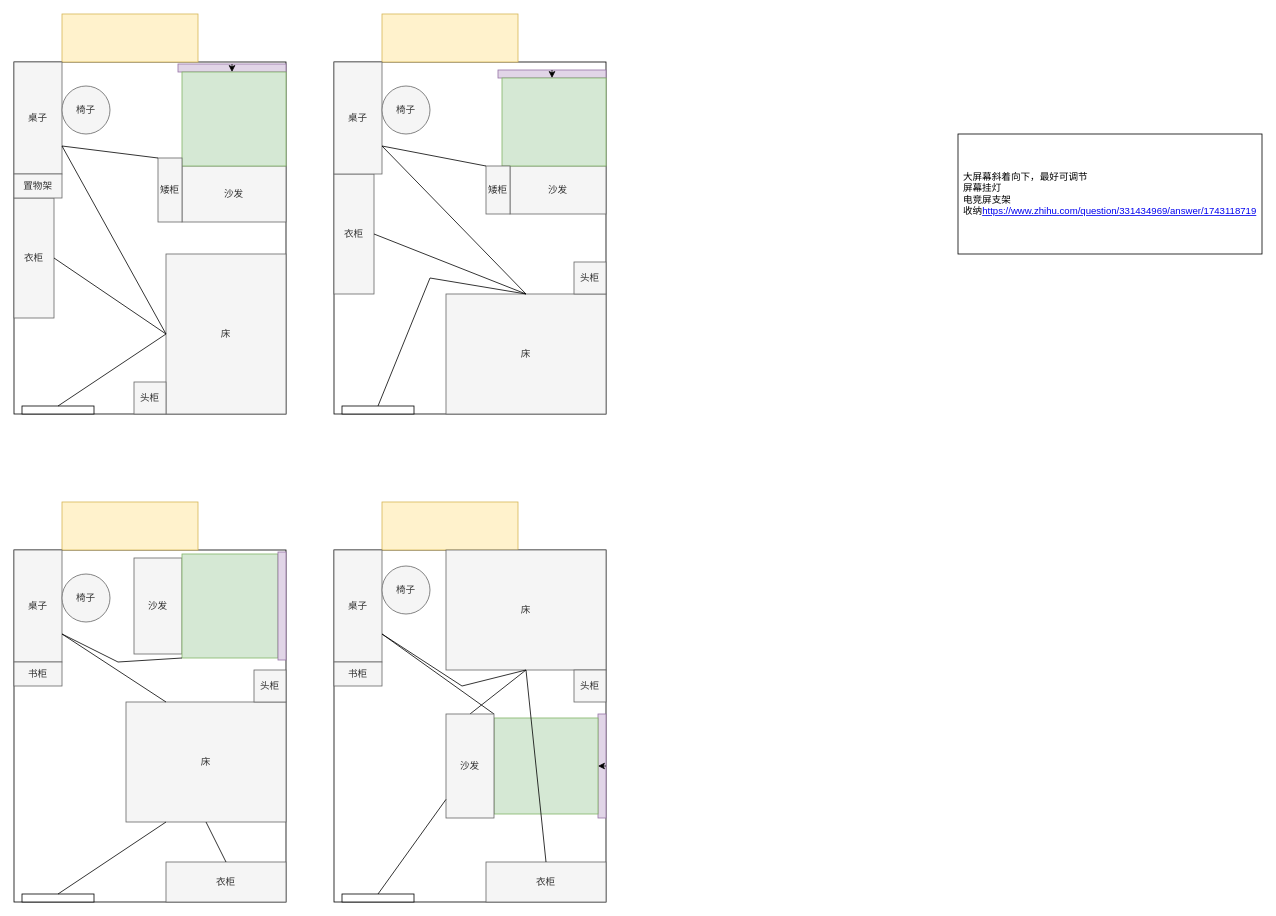
This is Untitled Diagram.drawio from Rightglow/easy_timer, a draw.io file, before an edit. Source tidied: cells renumbered, new cells numbered last; positions are measured from the earlier drawing's top-left corner, leaving out a move shared by most shapes. Both pictures are drawn from the tidied source at 80%, with x=0, y=0 at pixel (14, 14).
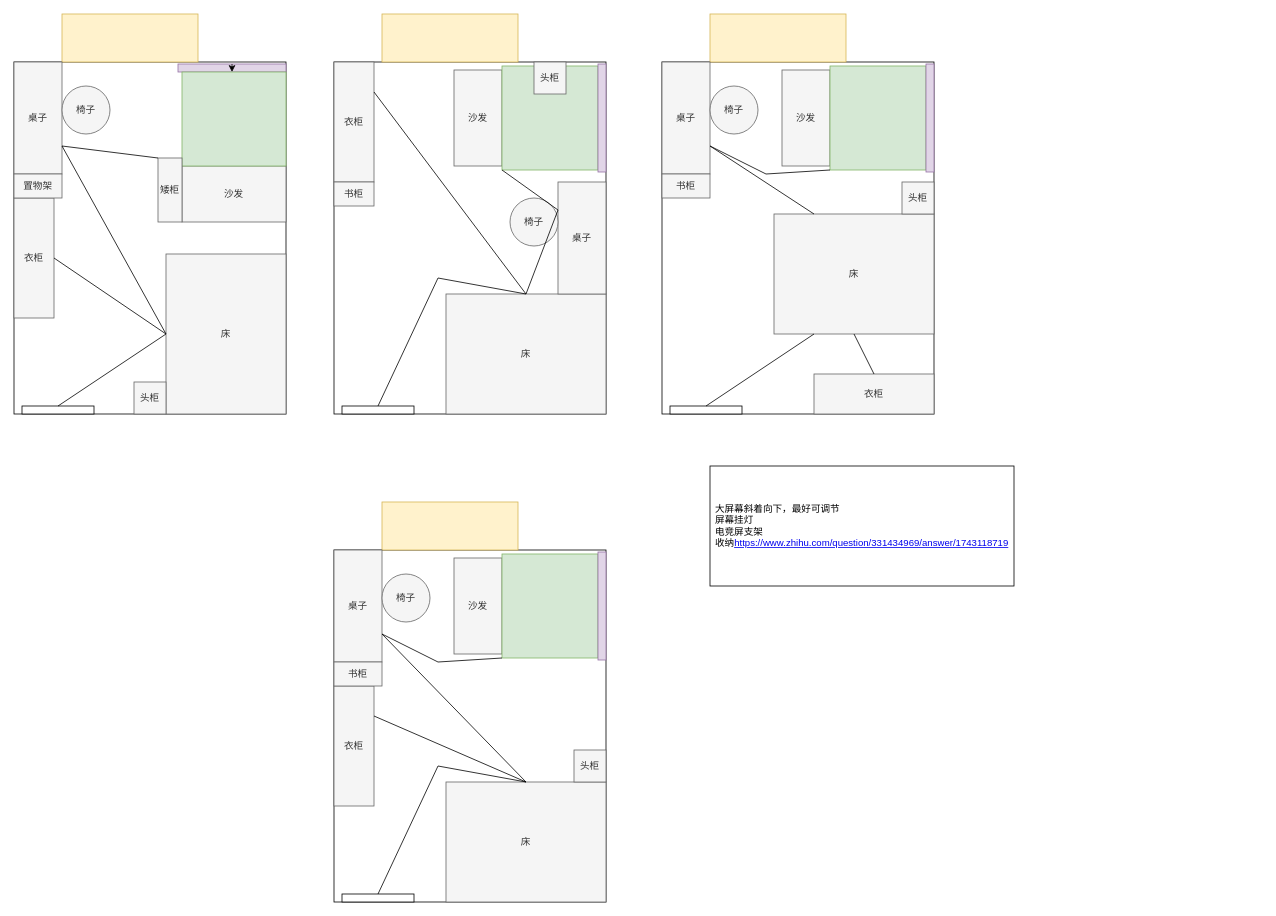
The same page after the edit.

Change to the diagram source:
```diff
@@
-    <mxCell id="19" style="rounded=0;whiteSpace=wrap;html=1;" parent="1" vertex="1">
-      <mxGeometry x="400" y="60" width="340" height="440" as="geometry" />
-    </mxCell>
-    <mxCell id="20" style="rounded=0;whiteSpace=wrap;html=1;fillColor=#fff2cc;strokeColor=#d6b656;" parent="1" vertex="1">
-      <mxGeometry x="460" width="170" height="60" as="geometry" />
-    </mxCell>
-    <mxCell id="21" value="衣柜" style="rounded=0;whiteSpace=wrap;html=1;fillColor=#f5f5f5;fontColor=#333333;strokeColor=#666666;direction=west;" parent="1" vertex="1">
-      <mxGeometry x="400" y="200" width="50" height="150" as="geometry" />
-    </mxCell>
-    <mxCell id="22" value="床" style="rounded=0;whiteSpace=wrap;html=1;fillColor=#f5f5f5;fontColor=#333333;strokeColor=#666666;direction=east;" parent="1" vertex="1">
-      <mxGeometry x="540" y="350" width="200" height="150" as="geometry" />
-    </mxCell>
-    <mxCell id="23" style="rounded=0;whiteSpace=wrap;html=1;" parent="1" vertex="1">
-      <mxGeometry x="410" y="490" width="90" height="10" as="geometry" />
-    </mxCell>
-    <mxCell id="24" value="桌子" style="rounded=0;whiteSpace=wrap;html=1;fillColor=#f5f5f5;fontColor=#333333;strokeColor=#666666;direction=south;" parent="1" vertex="1">
-      <mxGeometry x="400" y="60" width="60" height="140" as="geometry" />
-    </mxCell>
-    <mxCell id="25" value="头柜" style="rounded=0;whiteSpace=wrap;html=1;fillColor=#f5f5f5;fontColor=#333333;strokeColor=#666666;" parent="1" vertex="1">
-      <mxGeometry x="700" y="310" width="40" height="40" as="geometry" />
-    </mxCell>
-    <mxCell id="26" style="rounded=0;whiteSpace=wrap;html=1;fillColor=#e1d5e7;strokeColor=#9673a6;direction=north;" parent="1" vertex="1">
-      <mxGeometry x="605" y="70" width="135" height="10" as="geometry" />
-    </mxCell>
-    <mxCell id="27" value="沙发" style="rounded=0;whiteSpace=wrap;html=1;fillColor=#f5f5f5;fontColor=#333333;strokeColor=#666666;direction=south;" parent="1" vertex="1">
-      <mxGeometry x="620" y="190" width="120" height="60" as="geometry" />
-    </mxCell>
-    <mxCell id="28" style="rounded=0;whiteSpace=wrap;html=1;fillColor=#d5e8d4;strokeColor=#82b366;" parent="1" vertex="1">
-      <mxGeometry x="610" y="80" width="130" height="110" as="geometry" />
-    </mxCell>
-    <mxCell id="29" style="edgeStyle=orthogonalEdgeStyle;rounded=0;orthogonalLoop=1;jettySize=auto;html=1;exitX=1;exitY=0.5;exitDx=0;exitDy=0;entryX=0;entryY=0.5;entryDx=0;entryDy=0;" parent="1" edge="1" source="26" target="26">
-      <mxGeometry relative="1" as="geometry" />
-    </mxCell>
-    <mxCell id="30" style="endArrow=none;html=1;rounded=0;entryX=0.5;entryY=0;entryDx=0;entryDy=0;exitX=0.5;exitY=0;exitDx=0;exitDy=0;" parent="1" edge="1" source="23" target="22">
-      <mxGeometry relative="1" as="geometry">
-        <Array as="points">
-          <mxPoint x="520" y="330" />
-        </Array>
-      </mxGeometry>
-    </mxCell>
-    <mxCell id="31" style="endArrow=none;html=1;rounded=0;exitX=0;exitY=0.5;exitDx=0;exitDy=0;entryX=0.5;entryY=0;entryDx=0;entryDy=0;" parent="1" edge="1" source="21" target="22">
-      <mxGeometry relative="1" as="geometry" />
-    </mxCell>
-    <mxCell id="32" style="endArrow=none;html=1;rounded=0;exitX=0.75;exitY=0;exitDx=0;exitDy=0;entryX=0.5;entryY=0;entryDx=0;entryDy=0;" parent="1" edge="1" source="24" target="22">
-      <mxGeometry relative="1" as="geometry" />
-    </mxCell>
-    <mxCell id="33" value="椅子" style="ellipse;whiteSpace=wrap;html=1;fillColor=#f5f5f5;fontColor=#333333;strokeColor=#666666;" parent="1" vertex="1">
-      <mxGeometry x="460" y="90" width="60" height="60" as="geometry" />
-    </mxCell>
-    <mxCell id="34" value="矮柜" style="rounded=0;whiteSpace=wrap;html=1;fillColor=#f5f5f5;fontColor=#333333;strokeColor=#666666;direction=south;" parent="1" vertex="1">
-      <mxGeometry x="590" y="190" width="30" height="60" as="geometry" />
-    </mxCell>
-    <mxCell id="35" style="endArrow=none;html=1;rounded=0;exitX=0.75;exitY=0;exitDx=0;exitDy=0;entryX=0;entryY=1;entryDx=0;entryDy=0;" parent="1" edge="1" source="24" target="34">
-      <mxGeometry relative="1" as="geometry" />
-    </mxCell>
-    <mxCell id="36" style="rounded=0;whiteSpace=wrap;html=1;" parent="1" vertex="1">
-      <mxGeometry x="400" y="670" width="340" height="440" as="geometry" />
-    </mxCell>
-    <mxCell id="37" style="rounded=0;whiteSpace=wrap;html=1;fillColor=#fff2cc;strokeColor=#d6b656;" parent="1" vertex="1">
-      <mxGeometry x="460" y="610" width="170" height="60" as="geometry" />
-    </mxCell>
-    <mxCell id="38" value="衣柜" style="rounded=0;whiteSpace=wrap;html=1;fillColor=#f5f5f5;fontColor=#333333;strokeColor=#666666;direction=south;" parent="1" vertex="1">
-      <mxGeometry x="590" y="1060" width="150" height="50" as="geometry" />
-    </mxCell>
-    <mxCell id="39" value="床" style="rounded=0;whiteSpace=wrap;html=1;fillColor=#f5f5f5;fontColor=#333333;strokeColor=#666666;direction=east;" parent="1" vertex="1">
-      <mxGeometry x="540" y="670" width="200" height="150" as="geometry" />
-    </mxCell>
-    <mxCell id="40" style="rounded=0;whiteSpace=wrap;html=1;" parent="1" vertex="1">
-      <mxGeometry x="410" y="1100" width="90" height="10" as="geometry" />
-    </mxCell>
-    <mxCell id="41" value="桌子" style="rounded=0;whiteSpace=wrap;html=1;fillColor=#f5f5f5;fontColor=#333333;strokeColor=#666666;direction=south;" parent="1" vertex="1">
-      <mxGeometry x="400" y="670" width="60" height="140" as="geometry" />
-    </mxCell>
-    <mxCell id="42" value="头柜" style="rounded=0;whiteSpace=wrap;html=1;fillColor=#f5f5f5;fontColor=#333333;strokeColor=#666666;" parent="1" vertex="1">
-      <mxGeometry x="700" y="820" width="40" height="40" as="geometry" />
-    </mxCell>
-    <mxCell id="43" style="rounded=0;whiteSpace=wrap;html=1;fillColor=#e1d5e7;strokeColor=#9673a6;direction=east;" parent="1" vertex="1">
-      <mxGeometry x="730" y="875" width="10" height="130" as="geometry" />
-    </mxCell>
-    <mxCell id="44" style="rounded=0;whiteSpace=wrap;html=1;fillColor=#d5e8d4;strokeColor=#82b366;" parent="1" vertex="1">
-      <mxGeometry x="600" y="880" width="130" height="120" as="geometry" />
-    </mxCell>
-    <mxCell id="45" style="edgeStyle=orthogonalEdgeStyle;rounded=0;orthogonalLoop=1;jettySize=auto;html=1;exitX=1;exitY=0.5;exitDx=0;exitDy=0;entryX=0;entryY=0.5;entryDx=0;entryDy=0;" parent="1" edge="1" source="43" target="43">
-      <mxGeometry relative="1" as="geometry" />
-    </mxCell>
-    <mxCell id="46" style="endArrow=none;html=1;rounded=0;exitX=0.5;exitY=0;exitDx=0;exitDy=0;startArrow=none;" parent="1" edge="1" source="71">
-      <mxGeometry relative="1" as="geometry">
-        <mxPoint x="640" y="820" as="targetPoint" />
-      </mxGeometry>
-    </mxCell>
-    <mxCell id="47" style="endArrow=none;html=1;rounded=0;exitX=0;exitY=0.5;exitDx=0;exitDy=0;entryX=0.5;entryY=1;entryDx=0;entryDy=0;" parent="1" edge="1" source="38" target="39">
-      <mxGeometry relative="1" as="geometry" />
-    </mxCell>
-    <mxCell id="48" style="endArrow=none;html=1;rounded=0;exitX=0.75;exitY=0;exitDx=0;exitDy=0;" parent="1" edge="1" source="41">
-      <mxGeometry relative="1" as="geometry">
-        <mxPoint x="640" y="820" as="targetPoint" />
-        <Array as="points">
-          <mxPoint x="560" y="840" />
-        </Array>
-      </mxGeometry>
-    </mxCell>
-    <mxCell id="49" value="椅子" style="ellipse;whiteSpace=wrap;html=1;fillColor=#f5f5f5;fontColor=#333333;strokeColor=#666666;" parent="1" vertex="1">
-      <mxGeometry x="460" y="690" width="60" height="60" as="geometry" />
-    </mxCell>
-    <mxCell id="50" value="书柜" style="rounded=0;whiteSpace=wrap;html=1;fillColor=#f5f5f5;fontColor=#333333;strokeColor=#666666;direction=west;" parent="1" vertex="1">
-      <mxGeometry x="400" y="810" width="60" height="30" as="geometry" />
-    </mxCell>
-    <mxCell id="51" style="endArrow=none;html=1;rounded=0;exitX=0.75;exitY=0;exitDx=0;exitDy=0;entryX=1;entryY=0;entryDx=0;entryDy=0;" parent="1" edge="1" source="41" target="71">
-      <mxGeometry relative="1" as="geometry" />
-    </mxCell>
     <mxCell id="52" style="rounded=0;whiteSpace=wrap;html=1;" parent="1" vertex="1">
-      <mxGeometry y="670" width="340" height="440" as="geometry" />
+      <mxGeometry x="810" y="60" width="340" height="440" as="geometry" />
     </mxCell>
     <mxCell id="53" style="rounded=0;whiteSpace=wrap;html=1;fillColor=#fff2cc;strokeColor=#d6b656;" parent="1" vertex="1">
-      <mxGeometry x="60" y="610" width="170" height="60" as="geometry" />
+      <mxGeometry x="870" width="170" height="60" as="geometry" />
     </mxCell>
     <mxCell id="54" value="衣柜" style="rounded=0;whiteSpace=wrap;html=1;fillColor=#f5f5f5;fontColor=#333333;strokeColor=#666666;direction=north;" parent="1" vertex="1">
-      <mxGeometry x="190" y="1060" width="150" height="50" as="geometry" />
+      <mxGeometry x="1000" y="450" width="150" height="50" as="geometry" />
     </mxCell>
     <mxCell id="55" value="床" style="rounded=0;whiteSpace=wrap;html=1;fillColor=#f5f5f5;fontColor=#333333;strokeColor=#666666;direction=east;" parent="1" vertex="1">
-      <mxGeometry x="140" y="860" width="200" height="150" as="geometry" />
+      <mxGeometry x="950" y="250" width="200" height="150" as="geometry" />
     </mxCell>
     <mxCell id="56" style="rounded=0;whiteSpace=wrap;html=1;" parent="1" vertex="1">
-      <mxGeometry x="10" y="1100" width="90" height="10" as="geometry" />
+      <mxGeometry x="820" y="490" width="90" height="10" as="geometry" />
     </mxCell>
     <mxCell id="57" value="桌子" style="rounded=0;whiteSpace=wrap;html=1;fillColor=#f5f5f5;fontColor=#333333;strokeColor=#666666;direction=south;" parent="1" vertex="1">
-      <mxGeometry y="670" width="60" height="140" as="geometry" />
+      <mxGeometry x="810" y="60" width="60" height="140" as="geometry" />
     </mxCell>
     <mxCell id="58" value="沙发" style="rounded=0;whiteSpace=wrap;html=1;fillColor=#f5f5f5;fontColor=#333333;strokeColor=#666666;direction=west;" parent="1" vertex="1">
-      <mxGeometry x="150" y="680" width="60" height="120" as="geometry" />
+      <mxGeometry x="960" y="70" width="60" height="120" as="geometry" />
     </mxCell>
     <mxCell id="59" style="rounded=0;whiteSpace=wrap;html=1;fillColor=#d5e8d4;strokeColor=#82b366;direction=south;" parent="1" vertex="1">
-      <mxGeometry x="210" y="675" width="120" height="130" as="geometry" />
+      <mxGeometry x="1020" y="65" width="120" height="130" as="geometry" />
     </mxCell>
@@
     <mxCell id="61" value="椅子" style="ellipse;whiteSpace=wrap;html=1;fillColor=#f5f5f5;fontColor=#333333;strokeColor=#666666;" parent="1" vertex="1">
-      <mxGeometry x="60" y="700" width="60" height="60" as="geometry" />
+      <mxGeometry x="870" y="90" width="60" height="60" as="geometry" />
     </mxCell>
     <mxCell id="62" value="书柜" style="rounded=0;whiteSpace=wrap;html=1;fillColor=#f5f5f5;fontColor=#333333;strokeColor=#666666;direction=west;" parent="1" vertex="1">
-      <mxGeometry y="810" width="60" height="30" as="geometry" />
+      <mxGeometry x="810" y="200" width="60" height="30" as="geometry" />
     </mxCell>
     <mxCell id="63" value="头柜" style="rounded=0;whiteSpace=wrap;html=1;fillColor=#f5f5f5;fontColor=#333333;strokeColor=#666666;" parent="1" vertex="1">
-      <mxGeometry x="300" y="820" width="40" height="40" as="geometry" />
+      <mxGeometry x="1110" y="210" width="40" height="40" as="geometry" />
     </mxCell>
     <mxCell id="64" style="rounded=0;whiteSpace=wrap;html=1;fillColor=#e1d5e7;strokeColor=#9673a6;direction=east;" parent="1" vertex="1">
-      <mxGeometry x="330" y="672.5" width="10" height="135" as="geometry" />
+      <mxGeometry x="1140" y="62.5" width="10" height="135" as="geometry" />
     </mxCell>
@@
     <mxCell id="68" style="endArrow=none;html=1;rounded=0;entryX=0.75;entryY=0;entryDx=0;entryDy=0;exitX=1;exitY=1;exitDx=0;exitDy=0;" parent="1" edge="1" source="59" target="57">
       <mxGeometry relative="1" as="geometry">
         <Array as="points">
-          <mxPoint x="130" y="810" />
+          <mxPoint x="940" y="200" />
         </Array>
       </mxGeometry>
     </mxCell>
     <mxCell id="69" value="&lt;div style=&quot;text-align: left&quot;&gt;&lt;span&gt;大屏幕斜着向下，最好可调节&lt;/span&gt;&lt;/div&gt;&lt;div style=&quot;text-align: left&quot;&gt;屏幕挂灯&lt;/div&gt;&lt;div style=&quot;text-align: left&quot;&gt;电竞屏支架&lt;/div&gt;&lt;div style=&quot;text-align: left&quot;&gt;收纳&lt;a href=&quot;https://www.zhihu.com/question/331434969/answer/1743118719&quot;&gt;https://www.zhihu.com/question/331434969/answer/1743118719&lt;/a&gt;&lt;br&gt;&lt;/div&gt;" style="rounded=0;whiteSpace=wrap;html=1;" parent="1" vertex="1">
-      <mxGeometry x="1180" y="150" width="380" height="150" as="geometry" />
+      <mxGeometry x="870" y="565" width="380" height="150" as="geometry" />
     </mxCell>
@@
-    <mxCell id="71" value="沙发" style="rounded=0;whiteSpace=wrap;html=1;fillColor=#f5f5f5;fontColor=#333333;strokeColor=#666666;direction=east;" parent="1" vertex="1">
-      <mxGeometry x="540" y="875" width="60" height="130" as="geometry" />
-    </mxCell>
-    <mxCell id="72" style="endArrow=none;html=1;rounded=0;exitX=0.5;exitY=0;exitDx=0;exitDy=0;" parent="1" edge="1" source="40" target="71">
-      <mxGeometry relative="1" as="geometry" />
-    </mxCell>
+    <mxCell id="36" style="rounded=0;whiteSpace=wrap;html=1;" parent="1" vertex="1">
+      <mxGeometry x="400" y="670" width="340" height="440" as="geometry" />
+    </mxCell>
+    <mxCell id="37" style="rounded=0;whiteSpace=wrap;html=1;fillColor=#fff2cc;strokeColor=#d6b656;" parent="1" vertex="1">
+      <mxGeometry x="460" y="610" width="170" height="60" as="geometry" />
+    </mxCell>
+    <mxCell id="73" value="衣柜" style="rounded=0;whiteSpace=wrap;html=1;fillColor=#f5f5f5;fontColor=#333333;strokeColor=#666666;direction=east;" parent="1" vertex="1">
+      <mxGeometry x="400" y="840" width="50" height="150" as="geometry" />
+    </mxCell>
+    <mxCell id="39" value="床" style="rounded=0;whiteSpace=wrap;html=1;fillColor=#f5f5f5;fontColor=#333333;strokeColor=#666666;direction=east;" parent="1" vertex="1">
+      <mxGeometry x="540" y="960" width="200" height="150" as="geometry" />
+    </mxCell>
+    <mxCell id="40" style="rounded=0;whiteSpace=wrap;html=1;" parent="1" vertex="1">
+      <mxGeometry x="410" y="1100" width="90" height="10" as="geometry" />
+    </mxCell>
+    <mxCell id="41" value="桌子" style="rounded=0;whiteSpace=wrap;html=1;fillColor=#f5f5f5;fontColor=#333333;strokeColor=#666666;direction=south;" parent="1" vertex="1">
+      <mxGeometry x="400" y="670" width="60" height="140" as="geometry" />
+    </mxCell>
+    <mxCell id="74" value="沙发" style="rounded=0;whiteSpace=wrap;html=1;fillColor=#f5f5f5;fontColor=#333333;strokeColor=#666666;direction=west;" parent="1" vertex="1">
+      <mxGeometry x="550" y="680" width="60" height="120" as="geometry" />
+    </mxCell>
+    <mxCell id="75" style="rounded=0;whiteSpace=wrap;html=1;fillColor=#d5e8d4;strokeColor=#82b366;direction=south;" parent="1" vertex="1">
+      <mxGeometry x="610" y="675" width="120" height="130" as="geometry" />
+    </mxCell>
+    <mxCell id="76" style="edgeStyle=orthogonalEdgeStyle;rounded=0;orthogonalLoop=1;jettySize=auto;html=1;exitX=1;exitY=0.5;exitDx=0;exitDy=0;entryX=0;entryY=0.5;entryDx=0;entryDy=0;" parent="1" edge="1" source="79" target="79">
+      <mxGeometry relative="1" as="geometry" />
+    </mxCell>
+    <mxCell id="77" value="椅子" style="ellipse;whiteSpace=wrap;html=1;fillColor=#f5f5f5;fontColor=#333333;strokeColor=#666666;" parent="1" vertex="1">
+      <mxGeometry x="460" y="700" width="60" height="60" as="geometry" />
+    </mxCell>
+    <mxCell id="50" value="书柜" style="rounded=0;whiteSpace=wrap;html=1;fillColor=#f5f5f5;fontColor=#333333;strokeColor=#666666;direction=west;" parent="1" vertex="1">
+      <mxGeometry x="400" y="810" width="60" height="30" as="geometry" />
+    </mxCell>
+    <mxCell id="78" value="头柜" style="rounded=0;whiteSpace=wrap;html=1;fillColor=#f5f5f5;fontColor=#333333;strokeColor=#666666;" parent="1" vertex="1">
+      <mxGeometry x="700" y="920" width="40" height="40" as="geometry" />
+    </mxCell>
+    <mxCell id="79" style="rounded=0;whiteSpace=wrap;html=1;fillColor=#e1d5e7;strokeColor=#9673a6;direction=east;" parent="1" vertex="1">
+      <mxGeometry x="730" y="672.5" width="10" height="135" as="geometry" />
+    </mxCell>
+    <mxCell id="80" style="endArrow=none;html=1;rounded=0;entryX=0.75;entryY=0;entryDx=0;entryDy=0;" parent="1" edge="1" target="41">
+      <mxGeometry relative="1" as="geometry">
+        <mxPoint x="640" y="960" as="sourcePoint" />
+      </mxGeometry>
+    </mxCell>
+    <mxCell id="81" style="endArrow=none;html=1;rounded=0;entryX=0.5;entryY=0;entryDx=0;entryDy=0;exitX=0.5;exitY=0;exitDx=0;exitDy=0;" parent="1" edge="1" source="40" target="39">
+      <mxGeometry relative="1" as="geometry">
+        <Array as="points">
+          <mxPoint x="530" y="940" />
+        </Array>
+      </mxGeometry>
+    </mxCell>
+    <mxCell id="82" style="endArrow=none;html=1;rounded=0;entryX=0.5;entryY=0;entryDx=0;entryDy=0;exitX=1;exitY=0.25;exitDx=0;exitDy=0;" parent="1" edge="1" source="73" target="39">
+      <mxGeometry relative="1" as="geometry" />
+    </mxCell>
+    <mxCell id="83" style="endArrow=none;html=1;rounded=0;entryX=0.75;entryY=0;entryDx=0;entryDy=0;exitX=1;exitY=1;exitDx=0;exitDy=0;" parent="1" edge="1" source="75" target="41">
+      <mxGeometry relative="1" as="geometry">
+        <Array as="points">
+          <mxPoint x="530" y="810" />
+        </Array>
+      </mxGeometry>
+    </mxCell>
+    <mxCell id="19" style="rounded=0;whiteSpace=wrap;html=1;" parent="1" vertex="1">
+      <mxGeometry x="400" y="60" width="340" height="440" as="geometry" />
+    </mxCell>
+    <mxCell id="20" style="rounded=0;whiteSpace=wrap;html=1;fillColor=#fff2cc;strokeColor=#d6b656;" parent="1" vertex="1">
+      <mxGeometry x="460" width="170" height="60" as="geometry" />
+    </mxCell>
+    <mxCell id="84" value="衣柜" style="rounded=0;whiteSpace=wrap;html=1;fillColor=#f5f5f5;fontColor=#333333;strokeColor=#666666;direction=east;" parent="1" vertex="1">
+      <mxGeometry x="400" y="60" width="50" height="150" as="geometry" />
+    </mxCell>
+    <mxCell id="22" value="床" style="rounded=0;whiteSpace=wrap;html=1;fillColor=#f5f5f5;fontColor=#333333;strokeColor=#666666;direction=east;" parent="1" vertex="1">
+      <mxGeometry x="540" y="350" width="200" height="150" as="geometry" />
+    </mxCell>
+    <mxCell id="23" style="rounded=0;whiteSpace=wrap;html=1;" parent="1" vertex="1">
+      <mxGeometry x="410" y="490" width="90" height="10" as="geometry" />
+    </mxCell>
+    <mxCell id="24" value="桌子" style="rounded=0;whiteSpace=wrap;html=1;fillColor=#f5f5f5;fontColor=#333333;strokeColor=#666666;direction=north;" parent="1" vertex="1">
+      <mxGeometry x="680" y="210" width="60" height="140" as="geometry" />
+    </mxCell>
+    <mxCell id="85" value="沙发" style="rounded=0;whiteSpace=wrap;html=1;fillColor=#f5f5f5;fontColor=#333333;strokeColor=#666666;direction=west;" parent="1" vertex="1">
+      <mxGeometry x="550" y="70" width="60" height="120" as="geometry" />
+    </mxCell>
+    <mxCell id="86" style="rounded=0;whiteSpace=wrap;html=1;fillColor=#d5e8d4;strokeColor=#82b366;direction=south;" parent="1" vertex="1">
+      <mxGeometry x="610" y="65" width="120" height="130" as="geometry" />
+    </mxCell>
+    <mxCell id="87" style="edgeStyle=orthogonalEdgeStyle;rounded=0;orthogonalLoop=1;jettySize=auto;html=1;exitX=1;exitY=0.5;exitDx=0;exitDy=0;entryX=0;entryY=0.5;entryDx=0;entryDy=0;" parent="1" edge="1" source="91" target="91">
+      <mxGeometry relative="1" as="geometry" />
+    </mxCell>
+    <mxCell id="88" value="椅子" style="ellipse;whiteSpace=wrap;html=1;fillColor=#f5f5f5;fontColor=#333333;strokeColor=#666666;" parent="1" vertex="1">
+      <mxGeometry x="620" y="230" width="60" height="60" as="geometry" />
+    </mxCell>
+    <mxCell id="89" value="书柜" style="rounded=0;whiteSpace=wrap;html=1;fillColor=#f5f5f5;fontColor=#333333;strokeColor=#666666;direction=west;" parent="1" vertex="1">
+      <mxGeometry x="400" y="210" width="50" height="30" as="geometry" />
+    </mxCell>
+    <mxCell id="90" value="头柜" style="rounded=0;whiteSpace=wrap;html=1;fillColor=#f5f5f5;fontColor=#333333;strokeColor=#666666;direction=south;" parent="1" vertex="1">
+      <mxGeometry x="650" y="60" width="40" height="40" as="geometry" />
+    </mxCell>
+    <mxCell id="91" style="rounded=0;whiteSpace=wrap;html=1;fillColor=#e1d5e7;strokeColor=#9673a6;direction=east;" parent="1" vertex="1">
+      <mxGeometry x="730" y="62.5" width="10" height="135" as="geometry" />
+    </mxCell>
+    <mxCell id="92" style="endArrow=none;html=1;rounded=0;entryX=0.75;entryY=0;entryDx=0;entryDy=0;" parent="1" edge="1" target="24">
+      <mxGeometry relative="1" as="geometry">
+        <mxPoint x="640" y="350" as="sourcePoint" />
+      </mxGeometry>
+    </mxCell>
+    <mxCell id="30" style="endArrow=none;html=1;rounded=0;entryX=0.5;entryY=0;entryDx=0;entryDy=0;exitX=0.5;exitY=0;exitDx=0;exitDy=0;" parent="1" edge="1" source="23" target="22">
+      <mxGeometry relative="1" as="geometry">
+        <Array as="points">
+          <mxPoint x="530" y="330" />
+        </Array>
+      </mxGeometry>
+    </mxCell>
+    <mxCell id="93" style="endArrow=none;html=1;rounded=0;entryX=0.5;entryY=0;entryDx=0;entryDy=0;exitX=1;exitY=0.25;exitDx=0;exitDy=0;" parent="1" edge="1" source="84" target="22">
+      <mxGeometry relative="1" as="geometry" />
+    </mxCell>
+    <mxCell id="94" style="endArrow=none;html=1;rounded=0;entryX=1;entryY=1;entryDx=0;entryDy=0;exitX=0.75;exitY=0;exitDx=0;exitDy=0;" parent="1" edge="1" source="24" target="86">
+      <mxGeometry relative="1" as="geometry" />
+    </mxCell>
```
